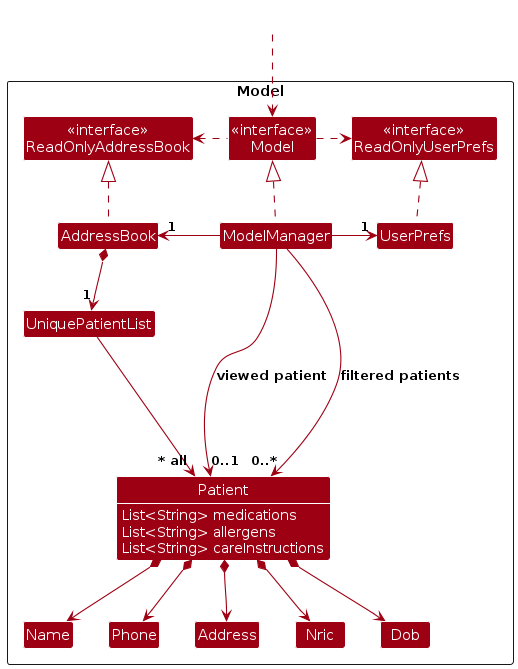
AY2627S1-CS2103T-W08-1/tp keeps this PlantUML diagram as diagrams/ModelClassDiagram.png. Above is the earlier version. Its source is kept beside it as diagrams/ModelClassDiagram.puml.
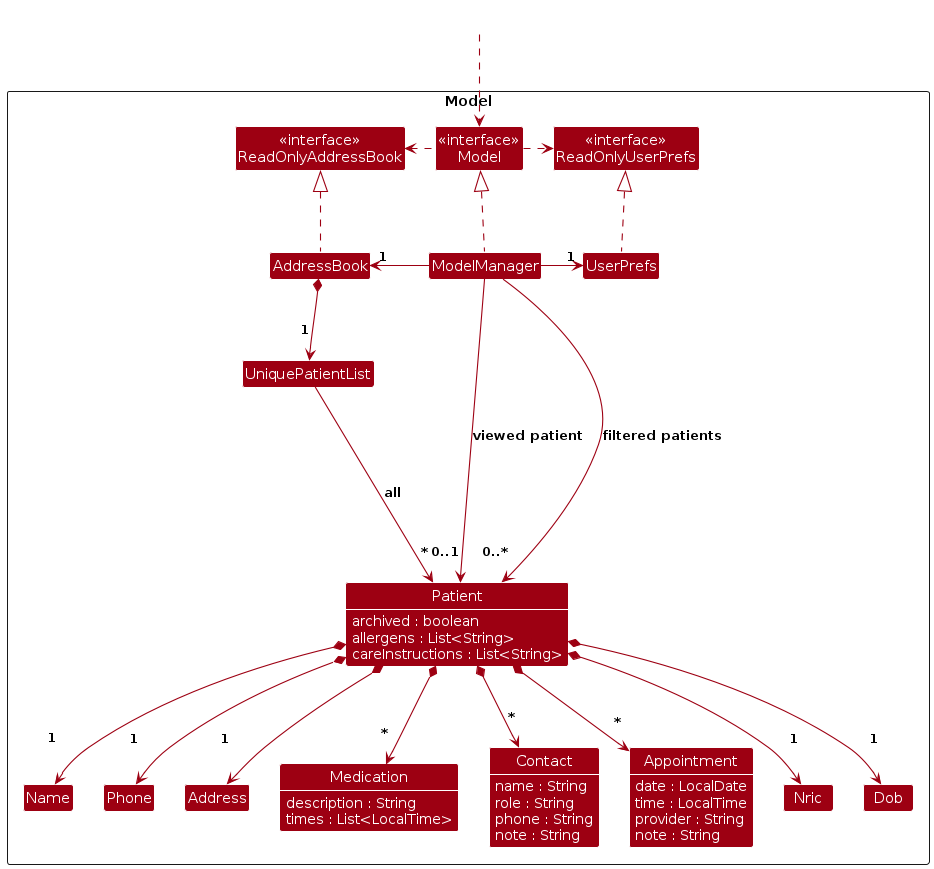
Later version of the same file.

The edit, as a diff of the source:
```diff
@@ -1,6 +1,8 @@
 @startuml
 !include style.puml
 skinparam arrowThickness 1.1
+skinparam ranksep 80
+skinparam nodesep 30
 skinparam arrowColor MODEL_COLOR
 skinparam classBackgroundColor MODEL_COLOR
 skinparam classAttributeFontColor #FFFFFF
@@ -15,11 +17,30 @@
 
 Class UniquePatientList
 Class Patient {
-  List<String> medications
-  List<String> allergens
-  List<String> careInstructions
+  archived : boolean
+  allergens : List<String>
+  careInstructions : List<String>
+}
+Class Medication {
+  description : String
+  times : List<LocalTime>
+}
+Class Contact {
+  name : String
+  role : String
+  phone : String
+  note : String
+}
+Class Appointment {
+  date : LocalDate
+  time : LocalTime
+  provider : String
+  note : String
 }
 show Patient fields
+show Medication fields
+show Contact fields
+show Appointment fields
 Class Address
 Class Name
 Class Nric
@@ -41,20 +62,25 @@
 ModelManager -right-> "1" UserPrefs
 UserPrefs .up.|> ReadOnlyUserPrefs
 
-AddressBook *--> "1" UniquePatientList
-UniquePatientList --> "~* all" Patient
-Patient *--> Name
-Patient *--> Nric
-Patient *--> Dob
-Patient *--> Phone
-Patient *--> Address
+AddressBook *--> "1\n" UniquePatientList
+UniquePatientList --> "*\n" Patient : all
+Patient *-down-> "1\n\n" Name
+Patient *-down-> "1\n\n" Nric
+Patient *-down-> "1\n\n" Dob
+Patient *-down-> "1\n\n" Phone
+Patient *-down-> "1\n\n" Address
+Patient *-down-> "*\n" Medication
+Patient *-down-> "*\n" Contact
+Patient *-down-> "*\n" Appointment
 
 Patient -[hidden]up--> I
 UniquePatientList -[hidden]right-> I
 
 Name -[hidden]right-> Phone
 Phone -[hidden]right-> Address
+Medication -[hidden]right-> Contact
+Contact -[hidden]right-> Appointment
 
-ModelManager --> "0..*" Patient : filtered patients
-ModelManager --> "0..1" Patient : viewed patient
+ModelManager --> "0..*\n" Patient : filtered patients
+ModelManager --> "0..1\n" Patient : viewed patient
 @enduml
```
